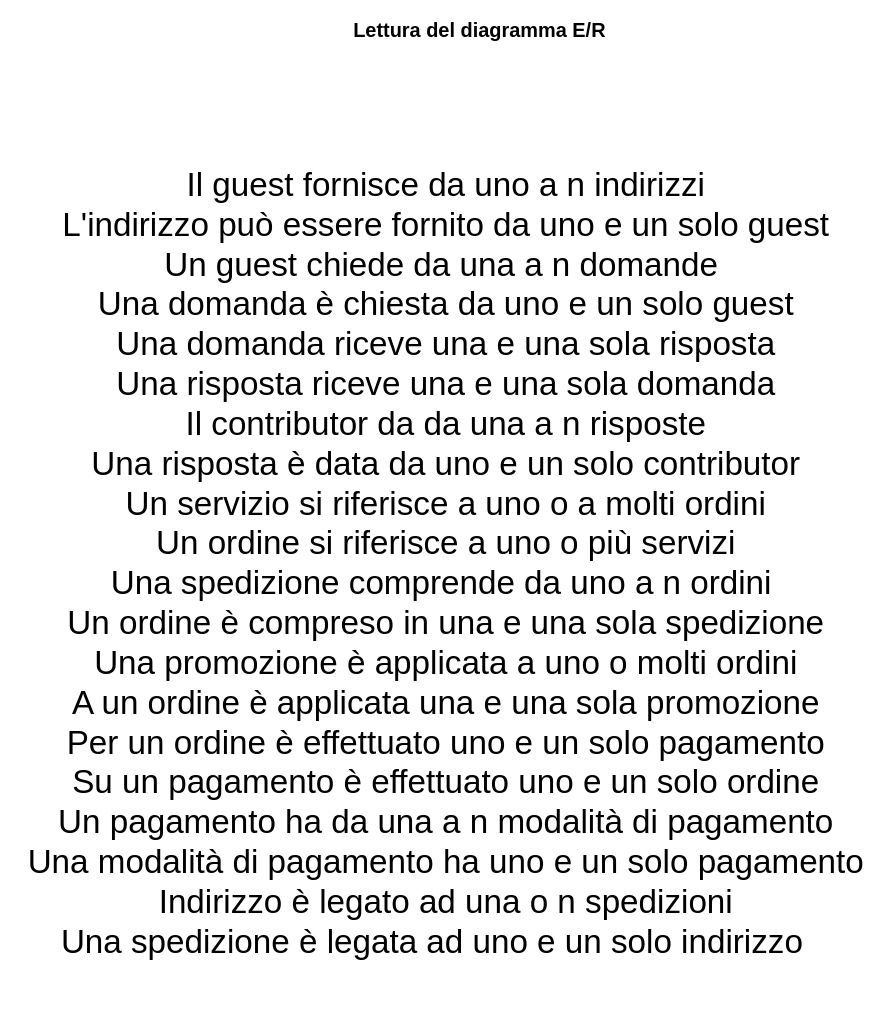
The draw.io diagram Lettura er.drawio in giadaventurini-pixel/giadaventurini-5binf, before the edit. Source tidied: cells renumbered, new cells numbered last; positions are measured from the earlier drawing's top-left corner, leaving out a move shared by most shapes. Both pictures are drawn from the tidied source at 83%, with x=0, y=0 at pixel (14, 14).
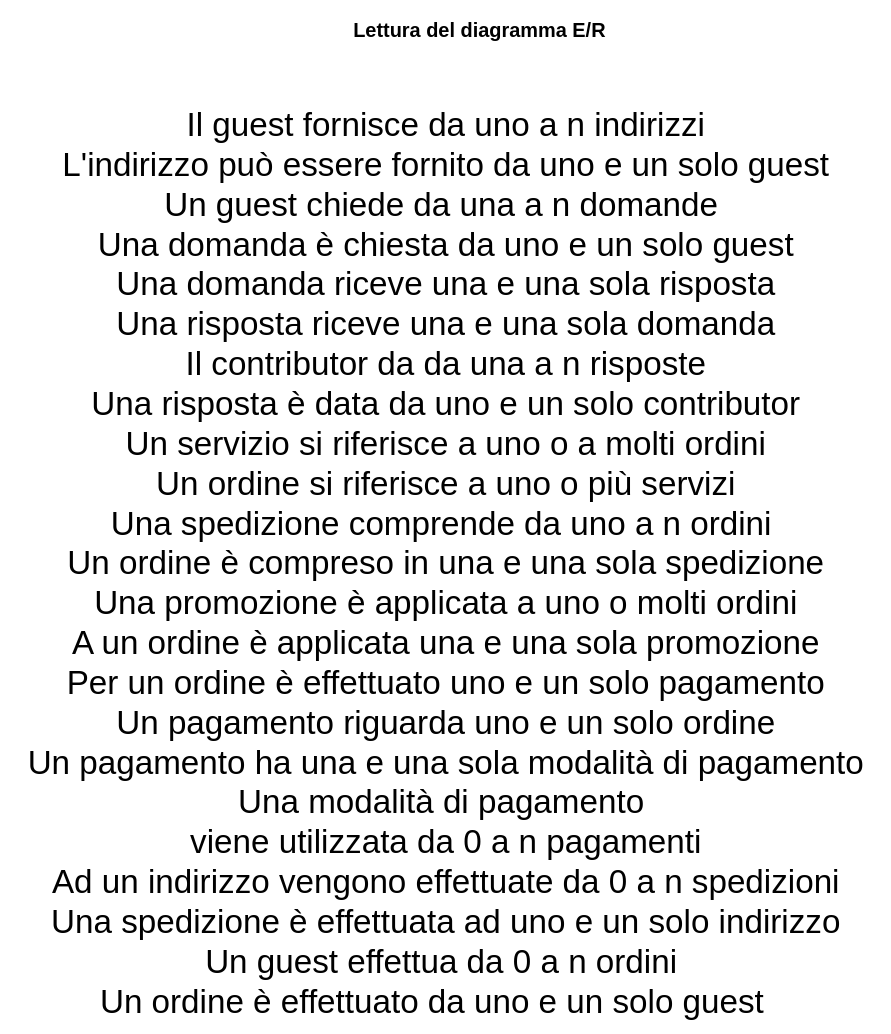
After the change.

Change to the diagram source:
```diff
@@
 <mxGraphModel>
   <root>
     <mxCell id="0" />
     <mxCell id="1" parent="0" />
     <mxCell id="2" value="Lettura del diagramma E/R" style="text;strokeColor=none;fillColor=none;html=1;fontSize=24;fontStyle=1;verticalAlign=middle;align=center;rounded=0;sketch=0;" parent="1" vertex="1">
       <mxGeometry x="510" width="100" height="40" as="geometry" />
     </mxCell>
-    <mxCell id="3" value="&lt;font style=&quot;font-size: 40px&quot;&gt;Il guest fornisce da uno a n indirizzi&lt;br&gt;L'indirizzo può essere fornito da uno e un solo guest&lt;br&gt;Un guest chiede da una a n domande&amp;nbsp;&lt;br&gt;Una domanda è chiesta da uno e un solo guest&lt;br&gt;Una domanda riceve una e una sola risposta&lt;br&gt;Una risposta riceve una e una sola domanda&lt;br&gt;Il contributor da da una a n risposte&lt;br&gt;Una risposta è data da uno e un solo contributor&lt;br&gt;Un servizio si riferisce a uno o a molti ordini&lt;br&gt;Un ordine si riferisce a uno o più servizi&lt;br&gt;Una spedizione comprende da uno a n ordini&amp;nbsp;&lt;br&gt;Un ordine è compreso in una e una sola spedizione&lt;br&gt;Una promozione è applicata a uno o molti ordini&lt;br&gt;A un ordine è applicata una e una sola promozione&lt;br&gt;Per un ordine è effettuato uno e un solo pagamento&lt;br&gt;Su un pagamento è effettuato uno e un solo ordine&lt;br&gt;Un pagamento ha da una a n modalità di pagamento&lt;br&gt;Una modalità di pagamento ha uno e un solo pagamento&lt;br&gt;Indirizzo è legato ad una o n spedizioni&lt;br&gt;Una spedizione è legata ad uno e un solo indirizzo&amp;nbsp; &amp;nbsp;&lt;br&gt;&lt;/font&gt;" style="text;html=1;strokeColor=none;fillColor=none;align=center;verticalAlign=middle;whiteSpace=wrap;rounded=0;" parent="1" vertex="1">
+    <mxCell id="3" value="&lt;font style=&quot;font-size: 40px&quot;&gt;Il guest fornisce da uno a n indirizzi&lt;br&gt;L'indirizzo può essere fornito da uno e un solo guest&lt;br&gt;Un guest chiede da una a n domande&amp;nbsp;&lt;br&gt;Una domanda è chiesta da uno e un solo guest&lt;br&gt;Una domanda riceve una e una sola risposta&lt;br&gt;Una risposta riceve una e una sola domanda&lt;br&gt;Il contributor da da una a n risposte&lt;br&gt;Una risposta è data da uno e un solo contributor&lt;br&gt;Un servizio si riferisce a uno o a molti ordini&lt;br&gt;Un ordine si riferisce a uno o più servizi&lt;br&gt;Una spedizione comprende da uno a n ordini&amp;nbsp;&lt;br&gt;Un ordine è compreso in una e una sola spedizione&lt;br&gt;Una promozione è applicata a uno o molti ordini&lt;br&gt;A un ordine è applicata una e una sola promozione&lt;br&gt;Per un ordine è effettuato uno e un solo pagamento&lt;br&gt;Un pagamento riguarda uno e un solo ordine&lt;br&gt;Un pagamento ha una e una sola modalità di pagamento&lt;br&gt;Una modalità di pagamento&amp;nbsp;&lt;br&gt;viene utilizzata da 0 a n pagamenti&lt;br&gt;Ad un indirizzo vengono effettuate da 0 a n spedizioni&lt;br&gt;Una spedizione è effettuata ad uno e un solo indirizzo&lt;br&gt;Un guest effettua da 0 a n ordini&amp;nbsp;&lt;br&gt;Un ordine è effettuato da uno e un solo guest&amp;nbsp; &amp;nbsp;&lt;br&gt;&lt;/font&gt;" style="text;html=1;strokeColor=none;fillColor=none;align=center;verticalAlign=middle;whiteSpace=wrap;rounded=0;" parent="1" vertex="1">
       <mxGeometry y="650" width="1040" height="20" as="geometry" />
     </mxCell>
   </root>
 </mxGraphModel>
```
